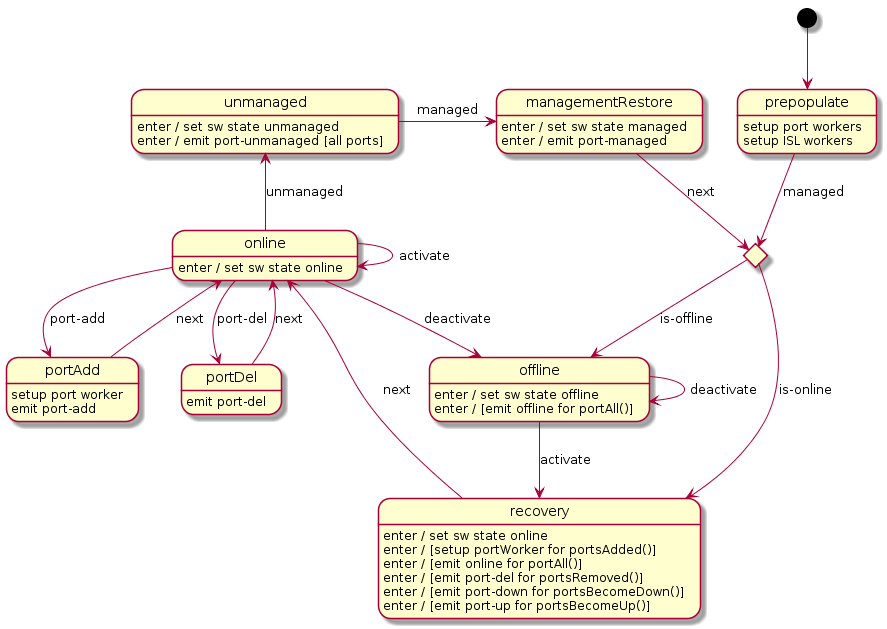
This is docs/design/network-discovery/switch-FSM.png from telstra/open-kilda, a PlantUML export, as it was before one commit.
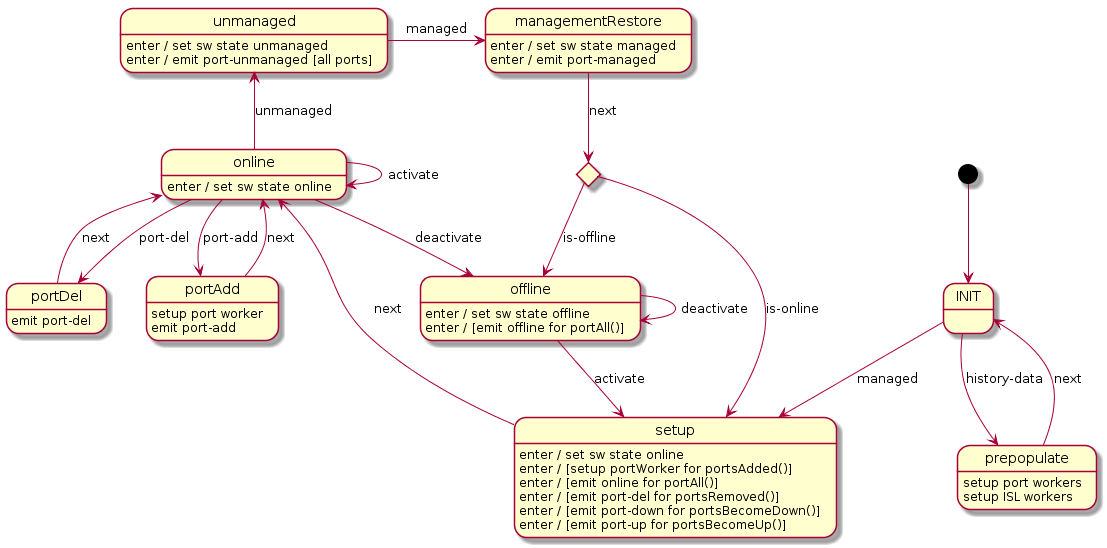
After the commit.

The edit, as a diff of the source:
```diff
@@ -1,22 +1,25 @@
 @startuml
-[*] --> prepopulate
+[*] --> INIT
 
 state switchSync <<choice>>
 
+INIT --> prepopulate : history-data
+INIT --> setup : managed
+
 prepopulate : setup port workers
 prepopulate : setup ISL workers
-prepopulate --> switchSync : managed
+prepopulate --> INIT : next
 
-switchSync --> recovery : is-online
+switchSync --> setup : is-online
 switchSync --> offline : is-offline
 
-recovery : enter / set sw state online
-recovery : enter / [setup portWorker for portsAdded()]
-recovery : enter / [emit online for portAll()]
-recovery : enter / [emit port-del for portsRemoved()]
-recovery : enter / [emit port-down for portsBecomeDown()]
-recovery : enter / [emit port-up for portsBecomeUp()]
-recovery --> online : next
+setup : enter / set sw state online
+setup : enter / [setup portWorker for portsAdded()]
+setup : enter / [emit online for portAll()]
+setup : enter / [emit port-del for portsRemoved()]
+setup : enter / [emit port-down for portsBecomeDown()]
+setup : enter / [emit port-up for portsBecomeUp()]
+setup --> online : next
 
 online : enter / set sw state online
 online --> online : activate
@@ -34,7 +37,7 @@
 
 offline : enter / set sw state offline
 offline : enter / [emit offline for portAll()]
-offline --> recovery : activate
+offline --> setup : activate
 offline --> offline : deactivate
 
 unmanaged : enter / set sw state unmanaged
```
